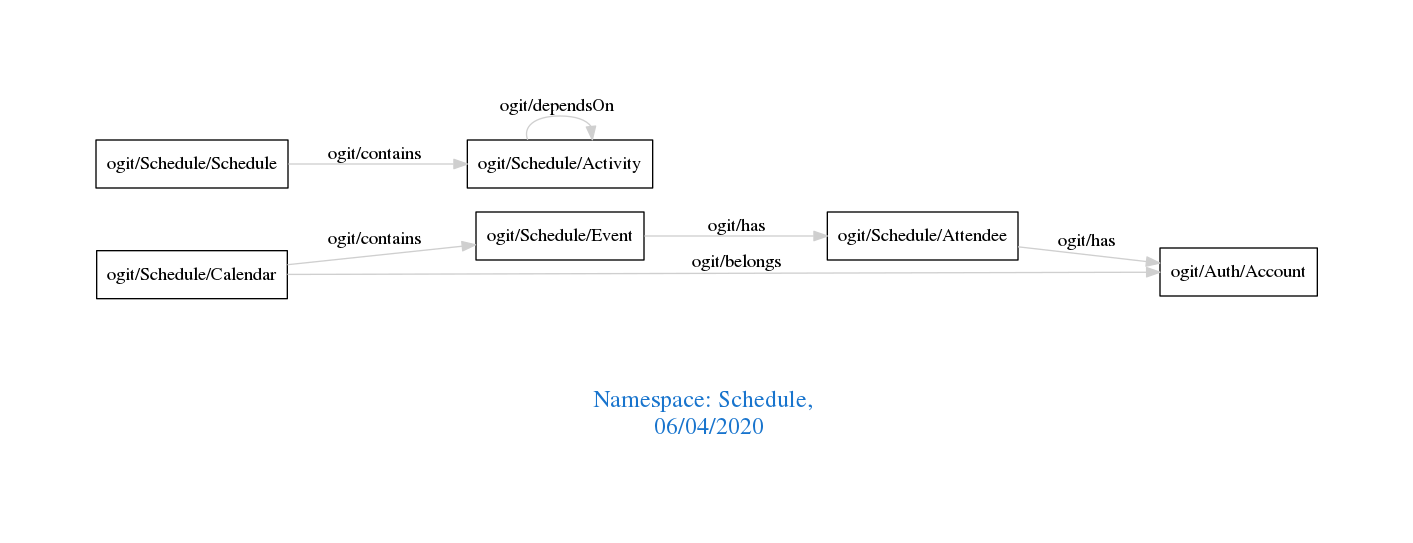
arago/OGIT keeps this Graphviz diagram as downloads/Schedule.png. Above is the earlier version. Its source is kept beside it as downloads/Schedule.dot.
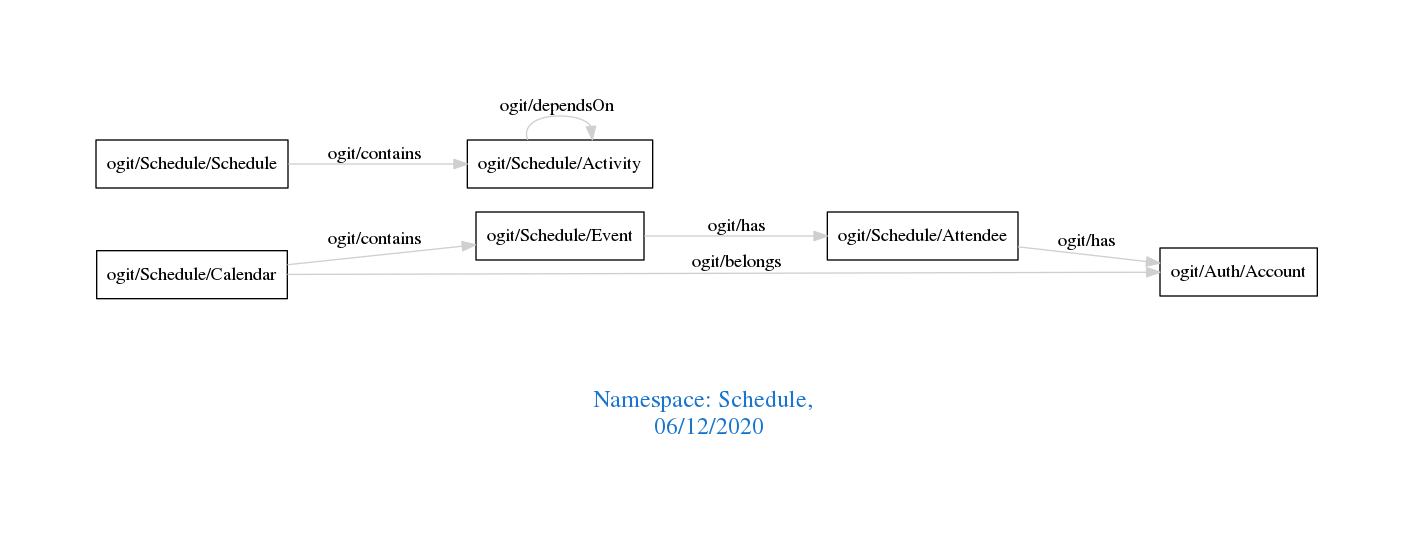
The same file after the commit.

Change to the diagram source:
```diff
@@ -1,7 +1,7 @@
 digraph OGIT_ontology {
  graph [ rankdir= LR,pad=1
 fontsize = 18,
-fontcolor= dodgerblue3,label = "\n\n\nNamespace: Schedule, \n 06/04/2020"];
+fontcolor= dodgerblue3,label = "\n\n\nNamespace: Schedule, \n 06/12/2020"];
 node[shape=polygon];
 edge [  color="gray81"];
 
```
